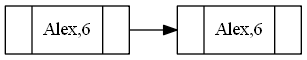
Above: RepScoreboard.png in loumisha96/EDD_1S2020_PY1_201602935 (Graphviz), before the change. Its source is kept beside it as RepScoreboard.dot.
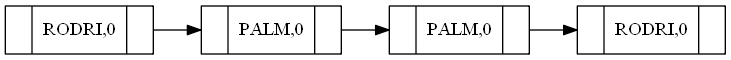
Later version of the same file.

Change to the diagram source:
```diff
@@ -1,8 +1,14 @@
 digraph G{
 rankdir = LR;
 node [shape= record];
-0[label = "{<ref> | <data>Alex,6 | }"]
-1[label = "{<ref> | <data>Alex,6 | }"]
+0[label = "{<ref> | <data>RODRI,0 | }"]
+1[label = "{<ref> | <data>PALM,0 | }"]
 0->1
-1[label = "{<ref> | <data>Alex,6 | }"]
+1[label = "{<ref> | <data>PALM,0 | }"]
+2[label = "{<ref> | <data>PALM,0 | }"]
+1->2
+2[label = "{<ref> | <data>PALM,0 | }"]
+3[label = "{<ref> | <data>RODRI,0 | }"]
+2->3
+3[label = "{<ref> | <data>RODRI,0 | }"]
 }
```
